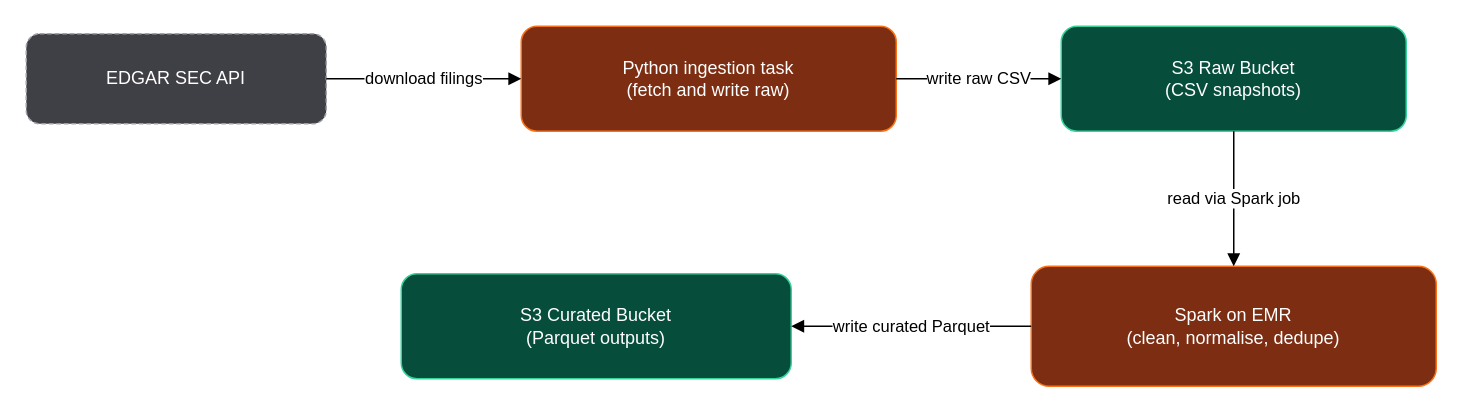
Before: diagrams/baseline_pipeline/data_path.drawio in SilverPeak2299/Thesis, a draw.io diagram. Source tidied: cells renumbered, new cells numbered last; positions are measured from the earlier drawing's top-left corner, leaving out a move shared by most shapes. Both pictures are drawn from the tidied source at 150%, with x=0, y=0 at pixel (26, 26).
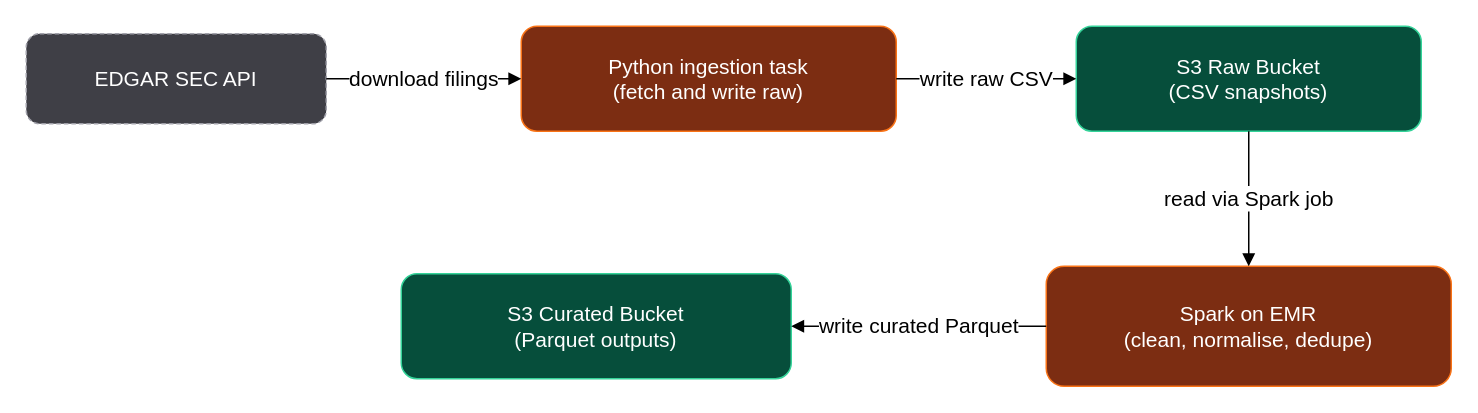
After the change.

Diff of the diagram source:
```diff
@@
 <mxGraphModel background="#ffffff">
   <root>
     <mxCell id="0" />
     <mxCell id="1" parent="0" />
-    <mxCell id="2" value="EDGAR SEC API" style="rounded=1;whiteSpace=wrap;html=1;fillColor=#3f3f46;strokeColor=#a1a1aa;fontColor=#ffffff;dashed=1;dashPattern=3 2;" parent="1" vertex="1">
+    <mxCell id="2" value="EDGAR SEC API" style="rounded=1;whiteSpace=wrap;html=1;fillColor=#3f3f46;strokeColor=#a1a1aa;fontColor=#ffffff;dashed=1;dashPattern=3 2;fontSize=14;" parent="1" vertex="1">
       <mxGeometry y="5" width="200" height="60" as="geometry" />
     </mxCell>
-    <mxCell id="3" value="Python ingestion task&#10;(fetch and write raw)" style="rounded=1;whiteSpace=wrap;html=1;fillColor=#7c2d12;strokeColor=#f97316;fontColor=#ffffff;" parent="1" vertex="1">
+    <mxCell id="3" value="Python ingestion task&#10;(fetch and write raw)" style="rounded=1;whiteSpace=wrap;html=1;fillColor=#7c2d12;strokeColor=#f97316;fontColor=#ffffff;fontSize=14;" parent="1" vertex="1">
       <mxGeometry x="330" width="250" height="70" as="geometry" />
     </mxCell>
-    <mxCell id="4" value="S3 Raw Bucket&#10;(CSV snapshots)" style="rounded=1;whiteSpace=wrap;html=1;fillColor=#064e3b;strokeColor=#34d399;fontColor=#ffffff;" parent="1" vertex="1">
-      <mxGeometry x="690" width="230" height="70" as="geometry" />
+    <mxCell id="4" value="S3 Raw Bucket&#10;(CSV snapshots)" style="rounded=1;whiteSpace=wrap;html=1;fillColor=#064e3b;strokeColor=#34d399;fontColor=#ffffff;fontSize=14;" parent="1" vertex="1">
+      <mxGeometry x="700" width="230" height="70" as="geometry" />
     </mxCell>
-    <mxCell id="5" value="Spark on EMR&#10;(clean, normalise, dedupe)" style="rounded=1;whiteSpace=wrap;html=1;fillColor=#7c2d12;strokeColor=#f97316;fontColor=#ffffff;" parent="1" vertex="1">
-      <mxGeometry x="670" y="160" width="270" height="80" as="geometry" />
+    <mxCell id="5" value="Spark on EMR&#10;(clean, normalise, dedupe)" style="rounded=1;whiteSpace=wrap;html=1;fillColor=#7c2d12;strokeColor=#f97316;fontColor=#ffffff;fontSize=14;" parent="1" vertex="1">
+      <mxGeometry x="680" y="160" width="270" height="80" as="geometry" />
     </mxCell>
-    <mxCell id="6" value="S3 Curated Bucket&#10;(Parquet outputs)" style="rounded=1;whiteSpace=wrap;html=1;fillColor=#064e3b;strokeColor=#34d399;fontColor=#ffffff;" parent="1" vertex="1">
+    <mxCell id="6" value="S3 Curated Bucket&#10;(Parquet outputs)" style="rounded=1;whiteSpace=wrap;html=1;fillColor=#064e3b;strokeColor=#34d399;fontColor=#ffffff;fontSize=14;" parent="1" vertex="1">
       <mxGeometry x="250" y="165" width="260" height="70" as="geometry" />
     </mxCell>
-    <mxCell id="7" value="download filings" style="edgeStyle=orthogonalEdgeStyle;rounded=0;endArrow=block;html=1;labelBackgroundColor=#ffffff;" parent="1" edge="1" source="2" target="3">
+    <mxCell id="7" value="download filings" style="edgeStyle=orthogonalEdgeStyle;rounded=0;endArrow=block;html=1;labelBackgroundColor=#ffffff;fontSize=14;" parent="1" edge="1" source="2" target="3">
       <mxGeometry relative="1" as="geometry" />
     </mxCell>
-    <mxCell id="8" value="write raw CSV" style="edgeStyle=orthogonalEdgeStyle;rounded=0;endArrow=block;html=1;labelBackgroundColor=#ffffff;" parent="1" edge="1" source="3" target="4">
+    <mxCell id="8" value="write raw CSV" style="edgeStyle=orthogonalEdgeStyle;rounded=0;endArrow=block;html=1;labelBackgroundColor=#ffffff;fontSize=14;" parent="1" edge="1" source="3" target="4">
       <mxGeometry relative="1" as="geometry" />
     </mxCell>
-    <mxCell id="9" value="read via Spark job" style="edgeStyle=orthogonalEdgeStyle;rounded=0;endArrow=block;html=1;labelBackgroundColor=#ffffff;" parent="1" edge="1" source="4" target="5">
+    <mxCell id="9" value="read via Spark job" style="edgeStyle=orthogonalEdgeStyle;rounded=0;endArrow=block;html=1;labelBackgroundColor=#ffffff;fontSize=14;" parent="1" edge="1" source="4" target="5">
       <mxGeometry relative="1" as="geometry" />
     </mxCell>
-    <mxCell id="10" value="write curated Parquet" style="edgeStyle=orthogonalEdgeStyle;rounded=0;endArrow=block;html=1;labelBackgroundColor=#ffffff;" parent="1" edge="1" source="5" target="6">
+    <mxCell id="10" value="write curated Parquet" style="edgeStyle=orthogonalEdgeStyle;rounded=0;endArrow=block;html=1;labelBackgroundColor=#ffffff;fontSize=14;" parent="1" edge="1" source="5" target="6">
       <mxGeometry relative="1" as="geometry" />
     </mxCell>
   </root>
 </mxGraphModel>
```
